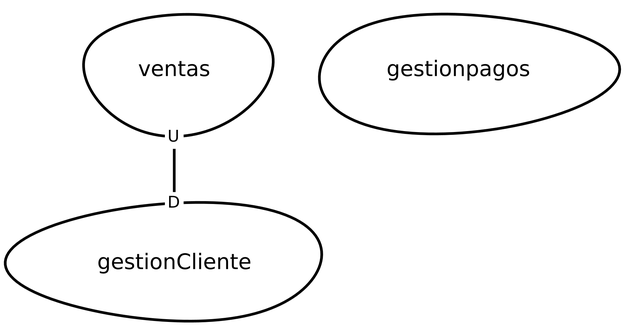
Edwardmoya27/Prueba keeps this Graphviz diagram as src-gen/Prueba_ContextMap.png. Above is the earlier version. Its source is kept beside it as src-gen/Prueba_ContextMap.gv. Source of this version:
```dot
digraph "ContextMapGraph" {
graph ["imagepath"="/tmp/GraphvizJava"]
"gestionCliente" ["margin"="0.3","orientation"="174","shape"="egg","fontsize"="16","style"="bold","label"="gestionCliente\n","fontname"="sans-serif"]
"gestionpagos" ["margin"="0.3","orientation"="176","shape"="egg","fontsize"="16","style"="bold","label"="gestionpagos\n","fontname"="sans-serif"]
"ventas" ["margin"="0.3","orientation"="246","shape"="egg","fontsize"="16","style"="bold","label"="ventas\n","fontname"="sans-serif"]
"ventas" -> "gestionCliente" ["headlabel"=<<table cellspacing="0" cellborder="0" border="0">
<tr><td bgcolor="white">D</td></tr>
</table>>,"labeldistance"="0","fontsize"="12","taillabel"=<<table cellspacing="0" cellborder="0" border="0">
<tr><td bgcolor="white">U</td></tr>
</table>>,"style"="bold","label"="                                        ","dir"="none","fontname"="sans-serif"]
}
```
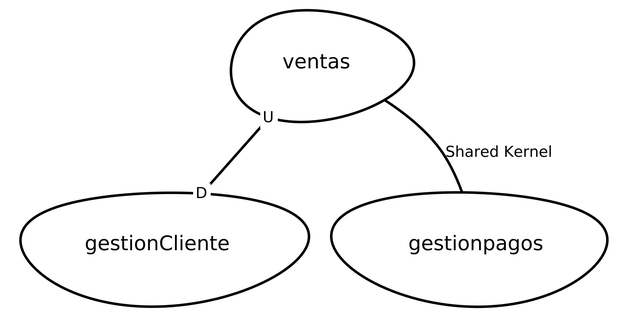
Later version of the same file.

Change to the diagram source:
```diff
@@ -1,8 +1,9 @@
 digraph "ContextMapGraph" {
 graph ["imagepath"="/tmp/GraphvizJava"]
-"gestionCliente" ["margin"="0.3","orientation"="174","shape"="egg","fontsize"="16","style"="bold","label"="gestionCliente\n","fontname"="sans-serif"]
-"gestionpagos" ["margin"="0.3","orientation"="176","shape"="egg","fontsize"="16","style"="bold","label"="gestionpagos\n","fontname"="sans-serif"]
-"ventas" ["margin"="0.3","orientation"="246","shape"="egg","fontsize"="16","style"="bold","label"="ventas\n","fontname"="sans-serif"]
+"gestionCliente" ["margin"="0.3","orientation"="16","shape"="egg","fontsize"="16","style"="bold","label"="gestionCliente\n","fontname"="sans-serif"]
+"gestionpagos" ["margin"="0.3","orientation"="131","shape"="egg","fontsize"="16","style"="bold","label"="gestionpagos\n","fontname"="sans-serif"]
+"ventas" ["margin"="0.3","orientation"="32","shape"="egg","fontsize"="16","style"="bold","label"="ventas\n","fontname"="sans-serif"]
+"ventas" -> "gestionpagos" ["fontsize"="12","style"="bold","label"="Shared Kernel","dir"="none","fontname"="sans-serif"]
 "ventas" -> "gestionCliente" ["headlabel"=<<table cellspacing="0" cellborder="0" border="0">
 <tr><td bgcolor="white">D</td></tr>
 </table>>,"labeldistance"="0","fontsize"="12","taillabel"=<<table cellspacing="0" cellborder="0" border="0">
```
